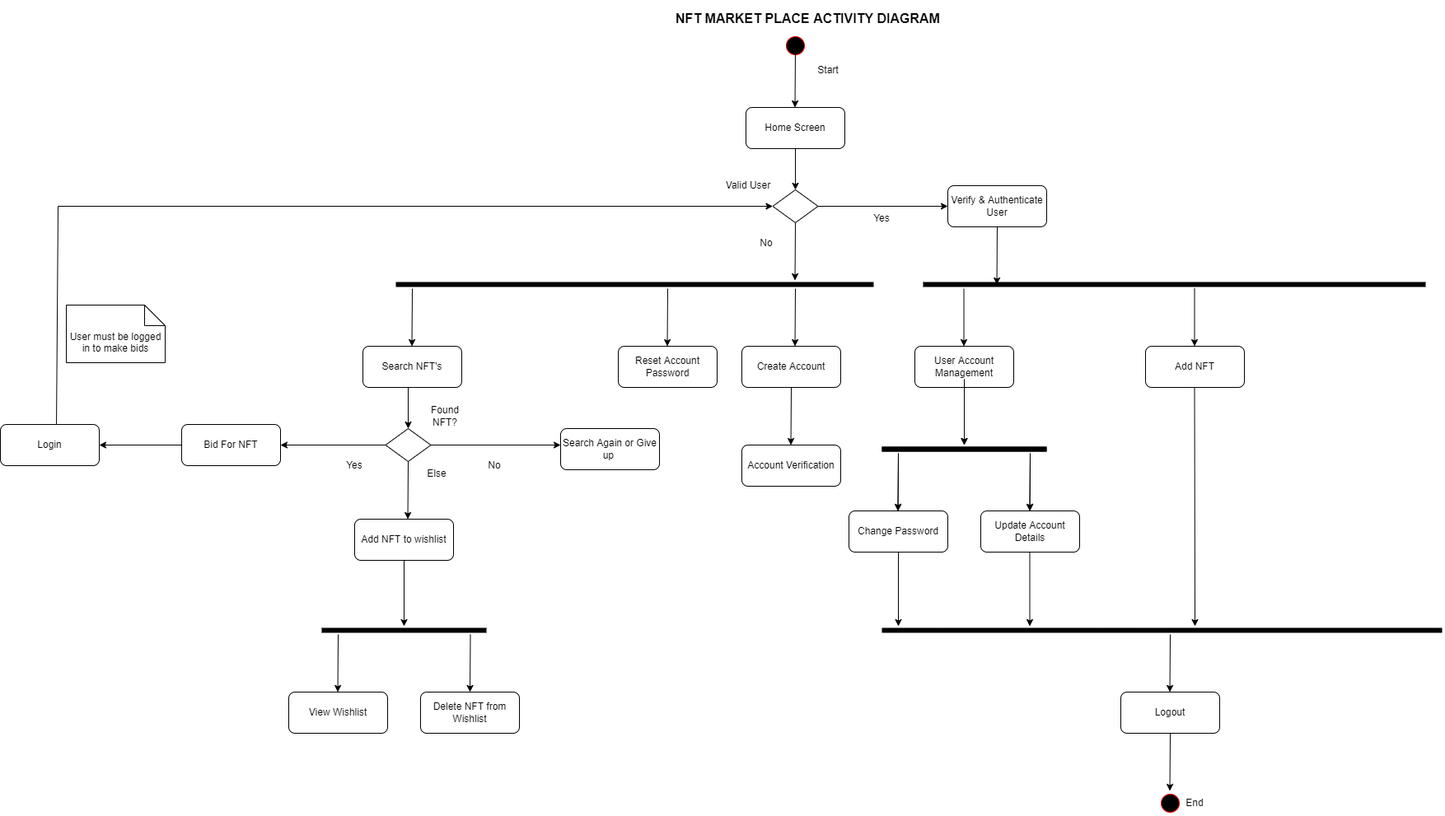
This is diagrams/activity-diagram.png from kevy0915/NFT_MarketPlace, a draw.io export, as it was before one commit. Source tidied: cells renumbered, new cells last; positions are measured from the earlier drawing's top-left corner, leaving out a move shared by most shapes.
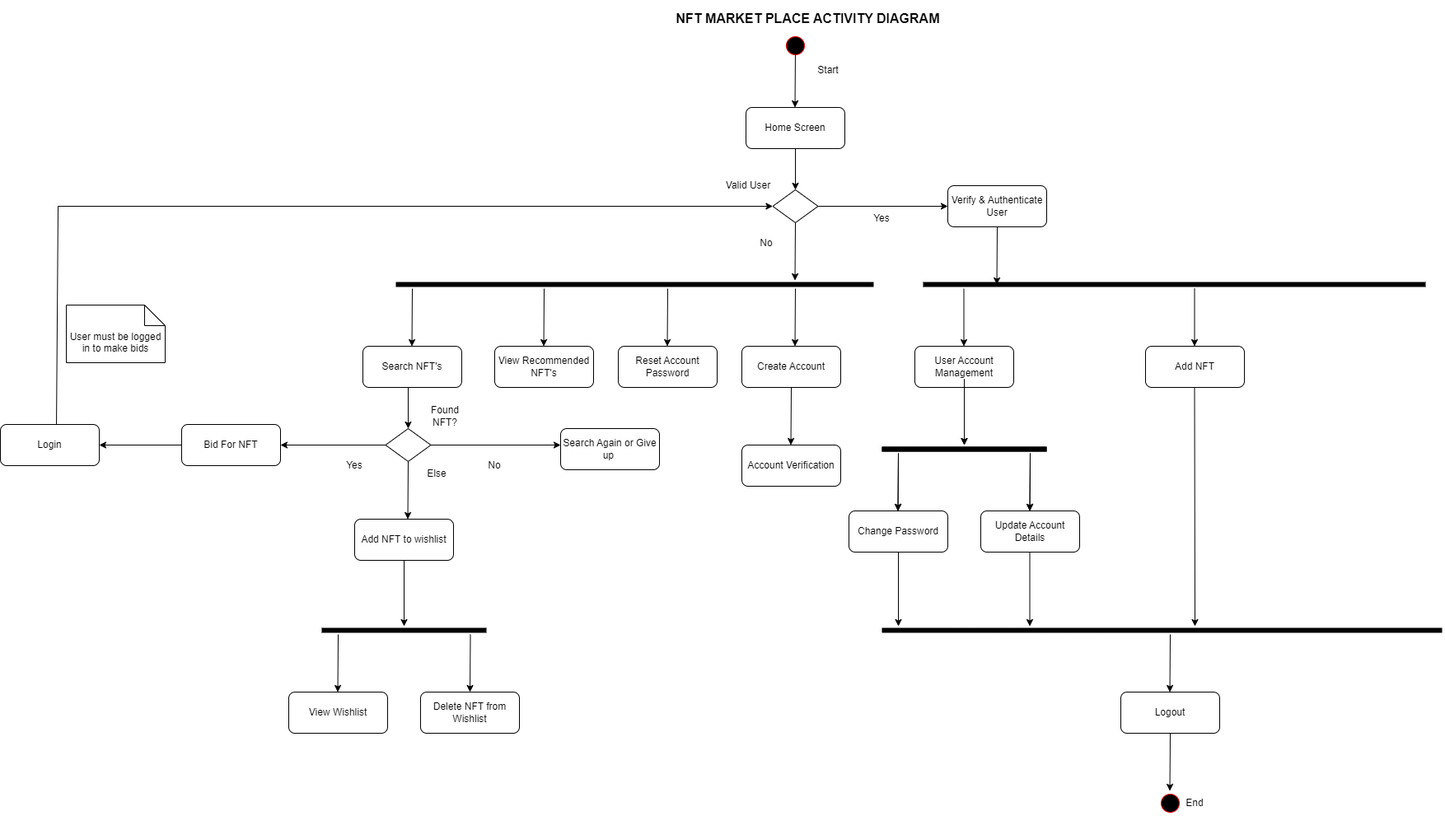
Above is the later version.

Commit message:
added the recommender engine use case to the diagrams. also fixed a sentence error in the wishlist screen

Diff of the diagram source:
```diff
@@ -297,5 +297,14 @@
     <mxCell id="70" value="&lt;font style=&quot;font-size: 16px;&quot;&gt;NFT MARKET PLACE ACTIVITY DIAGRAM&lt;/font&gt;" style="text;strokeColor=none;fillColor=none;html=1;fontSize=24;fontStyle=1;verticalAlign=middle;align=center;" parent="1" vertex="1">
       <mxGeometry x="930" width="100" height="40" as="geometry" />
     </mxCell>
+    <mxCell id="71" style="endArrow=classic;html=1;rounded=0;exitX=0.5;exitY=1;exitDx=0;exitDy=0;" parent="1" edge="1">
+      <mxGeometry relative="1" as="geometry">
+        <mxPoint x="660" y="350" as="sourcePoint" />
+        <mxPoint x="659.5" y="420" as="targetPoint" />
+      </mxGeometry>
+    </mxCell>
+    <mxCell id="72" value="View Recommended NFT's" style="rounded=1;whiteSpace=wrap;html=1;" parent="1" vertex="1">
+      <mxGeometry x="600" y="420" width="120" height="50" as="geometry" />
+    </mxCell>
   </root>
 </mxGraphModel>
```
